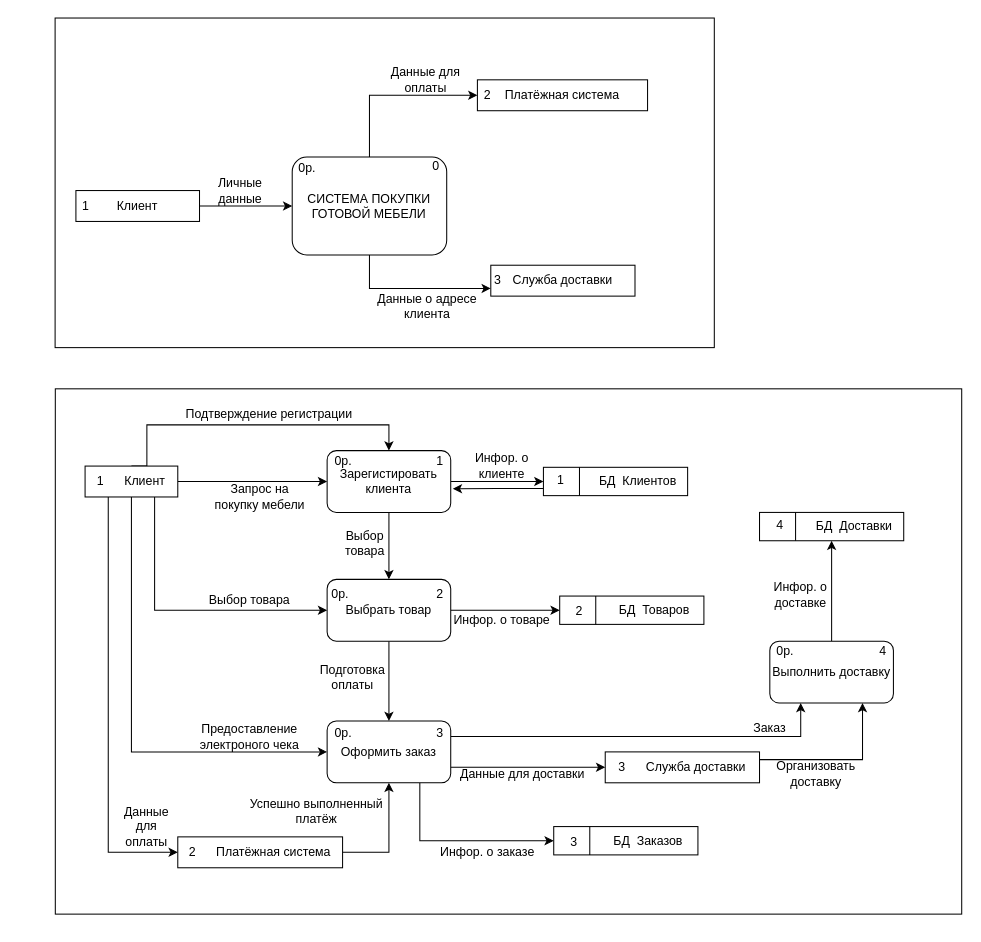
This is page "DFD" (2 of 8) of Все диаграммы.drawio from AnnaOtchina/AnnaKyrsach, a draw.io file, before an edit. Source tidied: cells renumbered, new cells numbered last; positions are measured from the earlier drawing's top-left corner, leaving out a move shared by most shapes. Both pictures are drawn from the tidied source at 103%, with x=0, y=0 at pixel (55, 18).
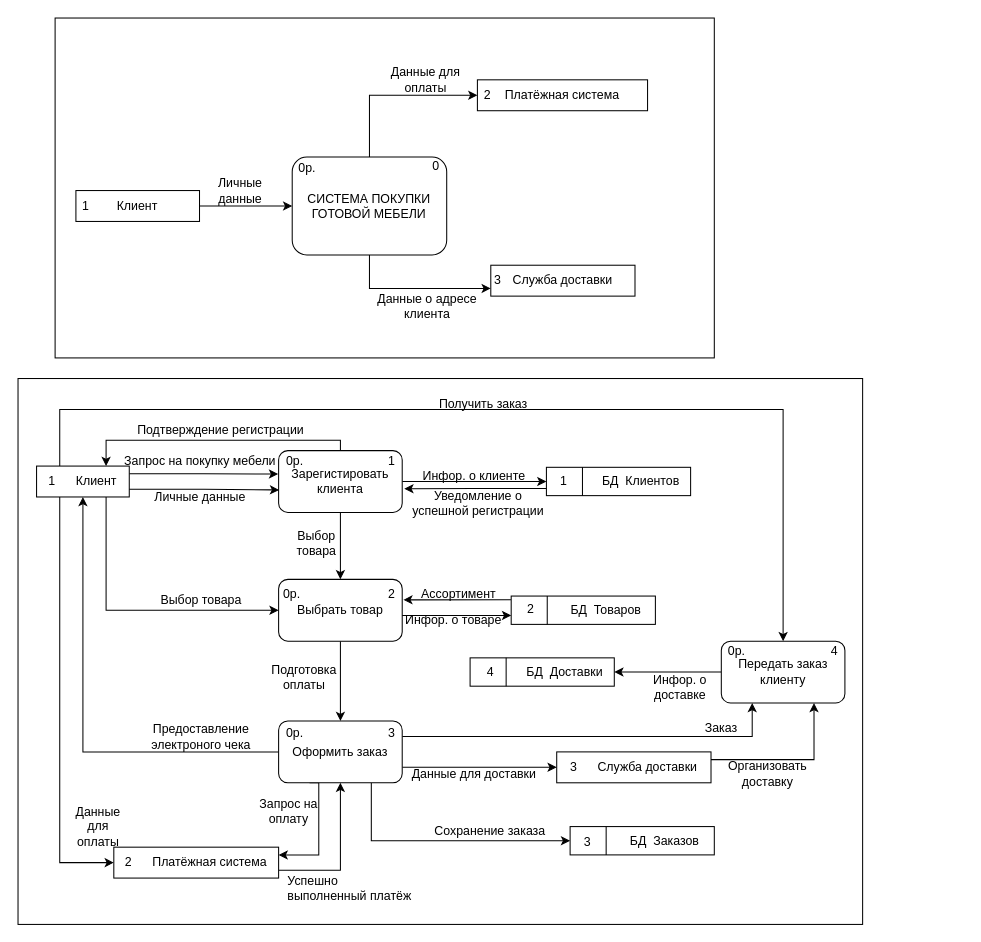
After the change.

Diff of the diagram source:
```diff
@@
     <mxCell id="2" style="rounded=0;whiteSpace=wrap;html=1;" parent="1" vertex="1">
-      <mxGeometry x="0.2" y="360" width="880" height="510" as="geometry" />
+      <mxGeometry x="-36" y="350" width="820" height="530" as="geometry" />
     </mxCell>
     <mxCell id="3" style="rounded=0;whiteSpace=wrap;html=1;" parent="1" vertex="1">
-      <mxGeometry width="640" height="320" as="geometry" />
+      <mxGeometry width="640" height="330" as="geometry" />
     </mxCell>
@@
-    <mxCell id="20" style="edgeStyle=orthogonalEdgeStyle;rounded=0;jettySize=auto;html=1;exitX=1;exitY=0.5;exitDx=0;exitDy=0;entryX=0;entryY=0.5;entryDx=0;entryDy=0;" parent="1" edge="1" source="25" target="32">
+    <mxCell id="20" style="edgeStyle=orthogonalEdgeStyle;rounded=0;jettySize=auto;html=1;exitX=1;exitY=0.25;exitDx=0;exitDy=0;entryX=-0.004;entryY=0.378;entryDx=0;entryDy=0;entryPerimeter=0;" parent="1" edge="1" source="25" target="32">
       <mxGeometry relative="1" as="geometry" />
     </mxCell>
@@
-    <mxCell id="22" style="edgeStyle=orthogonalEdgeStyle;rounded=0;jettySize=auto;html=1;exitX=0.5;exitY=1;exitDx=0;exitDy=0;entryX=0;entryY=0.5;entryDx=0;entryDy=0;" parent="1" edge="1" source="25" target="39">
+    <mxCell id="22" style="edgeStyle=orthogonalEdgeStyle;rounded=0;jettySize=auto;html=1;exitX=0.5;exitY=1;exitDx=0;exitDy=0;entryX=0;entryY=0.5;entryDx=0;entryDy=0;startArrow=classic;startFill=1;endArrow=none;endFill=0;" parent="1" edge="1" source="25" target="39">
       <mxGeometry relative="1" as="geometry" />
     </mxCell>
-    <mxCell id="23" style="edgeStyle=orthogonalEdgeStyle;rounded=0;jettySize=auto;html=1;exitX=0.5;exitY=0;exitDx=0;exitDy=0;entryX=0.5;entryY=0;entryDx=0;entryDy=0;" parent="1" edge="1" source="25" target="32">
-      <mxGeometry relative="1" as="geometry">
-        <Array as="points">
-          <mxPoint x="89.1" y="395" />
-          <mxPoint x="324.1" y="395" />
-        </Array>
-      </mxGeometry>
-    </mxCell>
@@
+    <mxCell id="78" style="edgeStyle=orthogonalEdgeStyle;rounded=0;jettySize=auto;html=1;exitX=0.25;exitY=0;exitDx=0;exitDy=0;entryX=0.5;entryY=0;entryDx=0;entryDy=0;" parent="1" edge="1" source="25" target="41">
+      <mxGeometry relative="1" as="geometry">
+        <Array as="points">
+          <mxPoint x="4.9" y="380" />
+          <mxPoint x="706.9" y="380" />
+        </Array>
+      </mxGeometry>
+    </mxCell>
     <mxCell id="25" value="1&lt;span style=&quot;white-space: pre;&quot;&gt;&#9;&lt;/span&gt;Клиент" style="rounded=0;whiteSpace=wrap;html=1;" parent="1" vertex="1">
-      <mxGeometry x="29.1" y="435" width="90" height="30" as="geometry" />
+      <mxGeometry x="-18" y="435" width="90" height="30" as="geometry" />
     </mxCell>
-    <mxCell id="26" style="edgeStyle=orthogonalEdgeStyle;rounded=0;jettySize=auto;html=1;exitX=1;exitY=0.5;exitDx=0;exitDy=0;entryX=0.5;entryY=1;entryDx=0;entryDy=0;" parent="1" edge="1" source="27" target="39">
+    <mxCell id="26" style="edgeStyle=orthogonalEdgeStyle;rounded=0;jettySize=auto;html=1;exitX=1;exitY=0.75;exitDx=0;exitDy=0;entryX=0.5;entryY=1;entryDx=0;entryDy=0;" parent="1" edge="1" source="27" target="39">
       <mxGeometry relative="1" as="geometry" />
     </mxCell>
     <mxCell id="27" value="2&lt;span style=&quot;white-space: pre;&quot;&gt;&#9;&lt;/span&gt;Платёжная система" style="rounded=0;whiteSpace=wrap;html=1;" parent="1" vertex="1">
-      <mxGeometry x="119.1" y="795" width="160" height="30" as="geometry" />
+      <mxGeometry x="57" y="805" width="160" height="30" as="geometry" />
     </mxCell>
@@
     <mxCell id="29" value="3&lt;span style=&quot;white-space: pre;&quot;&gt;&#9;&lt;/span&gt;Служба доставки" style="rounded=0;whiteSpace=wrap;html=1;" parent="1" vertex="1">
-      <mxGeometry x="534.1" y="712.5" width="149.8" height="30" as="geometry" />
+      <mxGeometry x="487" y="712.5" width="149.8" height="30" as="geometry" />
     </mxCell>
@@
     <mxCell id="32" value="Зарегистировать клиента" style="rounded=1;whiteSpace=wrap;html=1;" parent="1" vertex="1">
-      <mxGeometry x="264.1" y="420" width="120" height="60" as="geometry" />
+      <mxGeometry x="217" y="420" width="120" height="60" as="geometry" />
     </mxCell>
@@
-    <mxCell id="34" style="edgeStyle=orthogonalEdgeStyle;rounded=0;jettySize=auto;html=1;exitX=1;exitY=0.5;exitDx=0;exitDy=0;entryX=0;entryY=0.5;entryDx=0;entryDy=0;" parent="1" edge="1" source="35" target="44">
-      <mxGeometry relative="1" as="geometry" />
+    <mxCell id="34" style="edgeStyle=orthogonalEdgeStyle;rounded=0;orthogonalLoop=1;jettySize=auto;html=1;entryX=0;entryY=0.75;entryDx=0;entryDy=0;" parent="1" edge="1">
+      <mxGeometry relative="1" as="geometry">
+        <mxPoint x="336.5" y="580" as="sourcePoint" />
+        <mxPoint x="442.8" y="580" as="targetPoint" />
+      </mxGeometry>
     </mxCell>
     <mxCell id="35" value="Выбрать товар" style="rounded=1;whiteSpace=wrap;html=1;" parent="1" vertex="1">
-      <mxGeometry x="264.1" y="545" width="120" height="60" as="geometry" />
+      <mxGeometry x="217" y="545" width="120" height="60" as="geometry" />
     </mxCell>
@@
+    <mxCell id="79" style="edgeStyle=orthogonalEdgeStyle;rounded=0;jettySize=auto;html=1;exitX=0.25;exitY=1;exitDx=0;exitDy=0;entryX=1;entryY=0.25;entryDx=0;entryDy=0;" parent="1" edge="1" source="39" target="27">
+      <mxGeometry relative="1" as="geometry">
+        <Array as="points">
+          <mxPoint x="256" y="743" />
+          <mxPoint x="256" y="813" />
+        </Array>
+      </mxGeometry>
+    </mxCell>
     <mxCell id="39" value="Оформить заказ" style="rounded=1;whiteSpace=wrap;html=1;" parent="1" vertex="1">
-      <mxGeometry x="264.1" y="682.5" width="120" height="60" as="geometry" />
+      <mxGeometry x="217" y="682.5" width="120" height="60" as="geometry" />
     </mxCell>
-    <mxCell id="40" style="edgeStyle=orthogonalEdgeStyle;rounded=0;jettySize=auto;html=1;exitX=0.5;exitY=0;exitDx=0;exitDy=0;entryX=0.5;entryY=1;entryDx=0;entryDy=0;" parent="1" edge="1" source="41" target="48">
+    <mxCell id="40" style="edgeStyle=orthogonalEdgeStyle;rounded=0;jettySize=auto;html=1;exitX=0;exitY=0.5;exitDx=0;exitDy=0;entryX=1;entryY=0.5;entryDx=0;entryDy=0;" parent="1" edge="1" source="41" target="48">
       <mxGeometry relative="1" as="geometry" />
     </mxCell>
-    <mxCell id="41" value="Выполнить доставку" style="rounded=1;whiteSpace=wrap;html=1;" parent="1" vertex="1">
-      <mxGeometry x="693.9" y="605" width="120" height="60" as="geometry" />
+    <mxCell id="41" value="Передать заказ клиенту" style="rounded=1;whiteSpace=wrap;html=1;" parent="1" vertex="1">
+      <mxGeometry x="646.8" y="605" width="120" height="60" as="geometry" />
     </mxCell>
     <mxCell id="42" value="БД&amp;nbsp; Клиентов" style="whiteSpace=wrap;html=1;align=center;spacingRight=-44;" parent="1" vertex="1">
-      <mxGeometry x="474.1" y="436.2" width="140" height="27.5" as="geometry" />
+      <mxGeometry x="477" y="436.2" width="140" height="27.5" as="geometry" />
     </mxCell>
@@
     <mxCell id="44" value="БД&amp;nbsp; Товаров" style="whiteSpace=wrap;html=1;align=center;spacingRight=-44;" parent="1" vertex="1">
-      <mxGeometry x="489.9" y="561.2" width="140" height="27.5" as="geometry" />
+      <mxGeometry x="442.8" y="561.2" width="140" height="27.5" as="geometry" />
     </mxCell>
@@
     <mxCell id="46" value="БД&amp;nbsp; Заказов" style="whiteSpace=wrap;html=1;align=center;spacingRight=-44;" parent="1" vertex="1">
-      <mxGeometry x="484.1" y="785" width="140" height="27.5" as="geometry" />
+      <mxGeometry x="500" y="785" width="140" height="27.5" as="geometry" />
     </mxCell>
@@
     <mxCell id="48" value="БД&amp;nbsp; Доставки" style="whiteSpace=wrap;html=1;align=center;spacingRight=-44;" parent="1" vertex="1">
-      <mxGeometry x="683.9" y="480" width="140" height="27.5" as="geometry" />
+      <mxGeometry x="402.9" y="621.2" width="140" height="27.5" as="geometry" />
     </mxCell>
@@
     <mxCell id="51" value="Запрос на покупку мебели" style="text;html=1;whiteSpace=wrap;strokeColor=none;fillColor=none;align=center;verticalAlign=middle;rounded=0;" parent="1" vertex="1">
-      <mxGeometry x="154.1" y="450" width="90" height="30" as="geometry" />
+      <mxGeometry x="65" y="415" width="152" height="30" as="geometry" />
     </mxCell>
     <mxCell id="52" value="Подтверждение регистрации" style="text;html=1;whiteSpace=wrap;strokeColor=none;fillColor=none;align=center;verticalAlign=middle;rounded=0;" parent="1" vertex="1">
-      <mxGeometry x="123.4" y="365" width="170" height="40" as="geometry" />
+      <mxGeometry x="76.2" y="380" width="170" height="40" as="geometry" />
     </mxCell>
     <mxCell id="53" value="Инфор. о клиенте" style="text;html=1;whiteSpace=wrap;strokeColor=none;fillColor=none;align=center;verticalAlign=middle;rounded=0;" parent="1" vertex="1">
-      <mxGeometry x="404.1" y="420" width="60" height="30" as="geometry" />
+      <mxGeometry x="354.1" y="430" width="105.9" height="30" as="geometry" />
     </mxCell>
     <mxCell id="54" value="Выбор товара" style="text;html=1;whiteSpace=wrap;strokeColor=none;fillColor=none;align=center;verticalAlign=middle;rounded=0;" parent="1" vertex="1">
-      <mxGeometry x="271.4" y="495" width="60" height="30" as="geometry" />
+      <mxGeometry x="224.2" y="495" width="60" height="30" as="geometry" />
     </mxCell>
     <mxCell id="55" value="Подготовка оплаты" style="text;html=1;whiteSpace=wrap;strokeColor=none;fillColor=none;align=center;verticalAlign=middle;rounded=0;" parent="1" vertex="1">
-      <mxGeometry x="259.4" y="625" width="60" height="30" as="geometry" />
+      <mxGeometry x="212.2" y="625" width="60" height="30" as="geometry" />
     </mxCell>
     <mxCell id="56" value="Предоставление электроного чека" style="text;html=1;whiteSpace=wrap;strokeColor=none;fillColor=none;align=center;verticalAlign=middle;rounded=0;" parent="1" vertex="1">
-      <mxGeometry x="134.1" y="682.5" width="110" height="30" as="geometry" />
+      <mxGeometry x="87" y="682.5" width="110" height="30" as="geometry" />
     </mxCell>
     <mxCell id="57" value="Данные для оплаты" style="text;html=1;whiteSpace=wrap;strokeColor=none;fillColor=none;align=center;verticalAlign=middle;rounded=0;" parent="1" vertex="1">
-      <mxGeometry x="59.1" y="765" width="60" height="40" as="geometry" />
+      <mxGeometry x="12" y="765" width="60" height="40" as="geometry" />
     </mxCell>
-    <mxCell id="58" value="Успешно выполненный платёж" style="text;html=1;whiteSpace=wrap;strokeColor=none;fillColor=none;align=center;verticalAlign=middle;rounded=0;" parent="1" vertex="1">
-      <mxGeometry x="184.4" y="755" width="140" height="30" as="geometry" />
+    <mxCell id="58" value="Успешно выполненный платёж" style="text;html=1;whiteSpace=wrap;strokeColor=none;fillColor=none;align=left;verticalAlign=middle;rounded=0;" parent="1" vertex="1">
+      <mxGeometry x="223.8" y="830" width="130.2" height="30" as="geometry" />
     </mxCell>
-    <mxCell id="59" value="Инфор. о заказе" style="text;html=1;whiteSpace=wrap;strokeColor=none;fillColor=none;align=center;verticalAlign=middle;rounded=0;" parent="1" vertex="1">
-      <mxGeometry x="369.9" y="795" width="100" height="30" as="geometry" />
+    <mxCell id="59" value="Сохранение заказа" style="text;html=1;whiteSpace=wrap;strokeColor=none;fillColor=none;align=center;verticalAlign=middle;rounded=0;" parent="1" vertex="1">
+      <mxGeometry x="356.4" y="775" width="133" height="30" as="geometry" />
     </mxCell>
     <mxCell id="60" value="Данные для доставки" style="text;html=1;whiteSpace=wrap;strokeColor=none;fillColor=none;align=center;verticalAlign=middle;rounded=0;" parent="1" vertex="1">
-      <mxGeometry x="384.1" y="719" width="140" height="30" as="geometry" />
+      <mxGeometry x="337" y="719" width="140" height="30" as="geometry" />
     </mxCell>
     <mxCell id="61" value="Заказ" style="text;html=1;whiteSpace=wrap;strokeColor=none;fillColor=none;align=center;verticalAlign=middle;rounded=0;" parent="1" vertex="1">
-      <mxGeometry x="664.1" y="675" width="60" height="30" as="geometry" />
+      <mxGeometry x="617" y="675" width="60" height="30" as="geometry" />
     </mxCell>
     <mxCell id="62" value="Организовать доставку" style="text;html=1;whiteSpace=wrap;strokeColor=none;fillColor=none;align=center;verticalAlign=middle;rounded=0;" parent="1" vertex="1">
-      <mxGeometry x="683.9" y="719" width="110" height="30" as="geometry" />
+      <mxGeometry x="636.8" y="719" width="110" height="30" as="geometry" />
     </mxCell>
     <mxCell id="63" value="Инфор. о доставке" style="text;html=1;whiteSpace=wrap;strokeColor=none;fillColor=none;align=center;verticalAlign=middle;rounded=0;" parent="1" vertex="1">
-      <mxGeometry x="693.9" y="545" width="60" height="30" as="geometry" />
+      <mxGeometry x="576.8" y="635" width="60" height="30" as="geometry" />
     </mxCell>
     <mxCell id="64" value="Инфор. о товаре" style="text;html=1;whiteSpace=wrap;strokeColor=none;fillColor=none;align=center;verticalAlign=middle;rounded=0;" parent="1" vertex="1">
-      <mxGeometry x="374.1" y="565" width="120" height="40" as="geometry" />
+      <mxGeometry x="326.9" y="565" width="120" height="40" as="geometry" />
     </mxCell>
     <mxCell id="65" value="1" style="text;html=1;whiteSpace=wrap;strokeColor=none;fillColor=none;align=center;verticalAlign=middle;rounded=0;" parent="1" vertex="1">
-      <mxGeometry x="457.1" y="433.8" width="68.2" height="30" as="geometry" />
+      <mxGeometry x="459.9" y="435" width="68.2" height="30" as="geometry" />
     </mxCell>
     <mxCell id="66" value="2" style="text;html=1;whiteSpace=wrap;strokeColor=none;fillColor=none;align=center;verticalAlign=middle;rounded=0;" parent="1" vertex="1">
-      <mxGeometry x="474.1" y="561.2" width="70" height="30" as="geometry" />
+      <mxGeometry x="427" y="558.8" width="70" height="30" as="geometry" />
     </mxCell>
     <mxCell id="67" value="3" style="text;html=1;whiteSpace=wrap;strokeColor=none;fillColor=none;align=center;verticalAlign=middle;rounded=0;" parent="1" vertex="1">
-      <mxGeometry x="474.1" y="785" width="60" height="30" as="geometry" />
+      <mxGeometry x="487" y="785" width="60" height="30" as="geometry" />
     </mxCell>
     <mxCell id="68" value="4" style="text;html=1;whiteSpace=wrap;strokeColor=none;fillColor=none;align=center;verticalAlign=middle;rounded=0;" parent="1" vertex="1">
-      <mxGeometry x="674.1" y="477.5" width="60" height="30" as="geometry" />
+      <mxGeometry x="392.9" y="620" width="60" height="30" as="geometry" />
     </mxCell>
     <mxCell id="69" value="0р." style="text;html=1;whiteSpace=wrap;strokeColor=none;fillColor=none;align=center;verticalAlign=middle;rounded=0;" parent="1" vertex="1">
-      <mxGeometry x="249.9" y="415" width="60" height="30" as="geometry" />
+      <mxGeometry x="202.8" y="415" width="60" height="30" as="geometry" />
     </mxCell>
     <mxCell id="70" value="0р." style="text;html=1;whiteSpace=wrap;strokeColor=none;fillColor=none;align=center;verticalAlign=middle;rounded=0;" parent="1" vertex="1">
-      <mxGeometry x="244.1" y="540" width="65.8" height="40" as="geometry" />
+      <mxGeometry x="197" y="540" width="65.8" height="40" as="geometry" />
     </mxCell>
     <mxCell id="71" value="0р." style="text;html=1;whiteSpace=wrap;strokeColor=none;fillColor=none;align=center;verticalAlign=middle;rounded=0;" parent="1" vertex="1">
-      <mxGeometry x="249.9" y="675" width="60" height="40" as="geometry" />
+      <mxGeometry x="202.8" y="675" width="60" height="40" as="geometry" />
     </mxCell>
     <mxCell id="72" value="0р." style="text;html=1;whiteSpace=wrap;strokeColor=none;fillColor=none;align=center;verticalAlign=middle;rounded=0;" parent="1" vertex="1">
-      <mxGeometry x="674.1" y="595" width="70" height="40" as="geometry" />
+      <mxGeometry x="627" y="595" width="70" height="40" as="geometry" />
     </mxCell>
     <mxCell id="73" value="1" style="text;html=1;whiteSpace=wrap;strokeColor=none;fillColor=none;align=center;verticalAlign=middle;rounded=0;" parent="1" vertex="1">
-      <mxGeometry x="344.1" y="415" width="60" height="30" as="geometry" />
+      <mxGeometry x="297" y="415" width="60" height="30" as="geometry" />
     </mxCell>
     <mxCell id="74" value="2" style="text;html=1;whiteSpace=wrap;strokeColor=none;fillColor=none;align=center;verticalAlign=middle;rounded=0;" parent="1" vertex="1">
-      <mxGeometry x="344.1" y="545" width="60" height="30" as="geometry" />
+      <mxGeometry x="297" y="545" width="60" height="30" as="geometry" />
     </mxCell>
     <mxCell id="75" value="3" style="text;html=1;whiteSpace=wrap;strokeColor=none;fillColor=none;align=center;verticalAlign=middle;rounded=0;" parent="1" vertex="1">
-      <mxGeometry x="344.1" y="680" width="60" height="30" as="geometry" />
+      <mxGeometry x="297" y="680" width="60" height="30" as="geometry" />
     </mxCell>
     <mxCell id="76" value="4" style="text;html=1;whiteSpace=wrap;strokeColor=none;fillColor=none;align=center;verticalAlign=middle;rounded=0;" parent="1" vertex="1">
-      <mxGeometry x="774.1" y="600" width="60" height="30" as="geometry" />
+      <mxGeometry x="727" y="600" width="60" height="30" as="geometry" />
     </mxCell>
     <mxCell id="77" value="Выбор товара" style="text;html=1;whiteSpace=wrap;strokeColor=none;fillColor=none;align=center;verticalAlign=middle;rounded=0;" parent="1" vertex="1">
-      <mxGeometry x="139.1" y="550" width="100" height="30" as="geometry" />
+      <mxGeometry x="92" y="550" width="100" height="30" as="geometry" />
     </mxCell>
+    <mxCell id="80" value="Уведомление о успешной регистрации" style="text;html=1;whiteSpace=wrap;strokeColor=none;fillColor=none;align=center;verticalAlign=middle;rounded=0;" parent="1" vertex="1">
+      <mxGeometry x="342.9" y="450" width="135.9" height="42.5" as="geometry" />
+    </mxCell>
+    <mxCell id="81" style="rounded=0;jettySize=auto;html=1;exitX=-0.002;exitY=0.129;exitDx=0;exitDy=0;exitPerimeter=0;" parent="1" edge="1" source="44">
+      <mxGeometry relative="1" as="geometry">
+        <mxPoint x="338.1" y="564.9" as="targetPoint" />
+      </mxGeometry>
+    </mxCell>
+    <mxCell id="82" value="Ассортимент" style="text;html=1;whiteSpace=wrap;strokeColor=none;fillColor=none;align=center;verticalAlign=middle;rounded=0;" parent="1" vertex="1">
+      <mxGeometry x="347" y="550" width="90" height="20" as="geometry" />
+    </mxCell>
+    <mxCell id="83" style="edgeStyle=orthogonalEdgeStyle;rounded=0;jettySize=auto;html=1;exitX=0.75;exitY=0;exitDx=0;exitDy=0;entryX=0.5;entryY=0;entryDx=0;entryDy=0;startArrow=classic;startFill=1;endArrow=none;endFill=0;" parent="1" edge="1" source="25" target="32">
+      <mxGeometry relative="1" as="geometry">
+        <Array as="points">
+          <mxPoint x="49.9" y="410" />
+          <mxPoint x="276.9" y="410" />
+        </Array>
+      </mxGeometry>
+    </mxCell>
+    <mxCell id="84" value="Получить заказ" style="text;html=1;whiteSpace=wrap;strokeColor=none;fillColor=none;align=center;verticalAlign=middle;rounded=0;" parent="1" vertex="1">
+      <mxGeometry x="370.9" y="360" width="90" height="30" as="geometry" />
+    </mxCell>
+    <mxCell id="85" style="edgeStyle=orthogonalEdgeStyle;rounded=0;jettySize=auto;html=1;exitX=1;exitY=0.75;exitDx=0;exitDy=0;entryX=0.004;entryY=0.636;entryDx=0;entryDy=0;entryPerimeter=0;" parent="1" edge="1" source="25" target="32">
+      <mxGeometry relative="1" as="geometry" />
+    </mxCell>
+    <mxCell id="86" value="Личные данные" style="text;html=1;whiteSpace=wrap;strokeColor=none;fillColor=none;align=center;verticalAlign=middle;rounded=0;" parent="1" vertex="1">
+      <mxGeometry x="91" y="450" width="100" height="30" as="geometry" />
+    </mxCell>
+    <mxCell id="87" value="Запрос на оплату" style="text;html=1;whiteSpace=wrap;strokeColor=none;fillColor=none;align=center;verticalAlign=middle;rounded=0;" parent="1" vertex="1">
+      <mxGeometry x="182.5" y="755" width="89.8" height="30" as="geometry" />
+    </mxCell>
```
